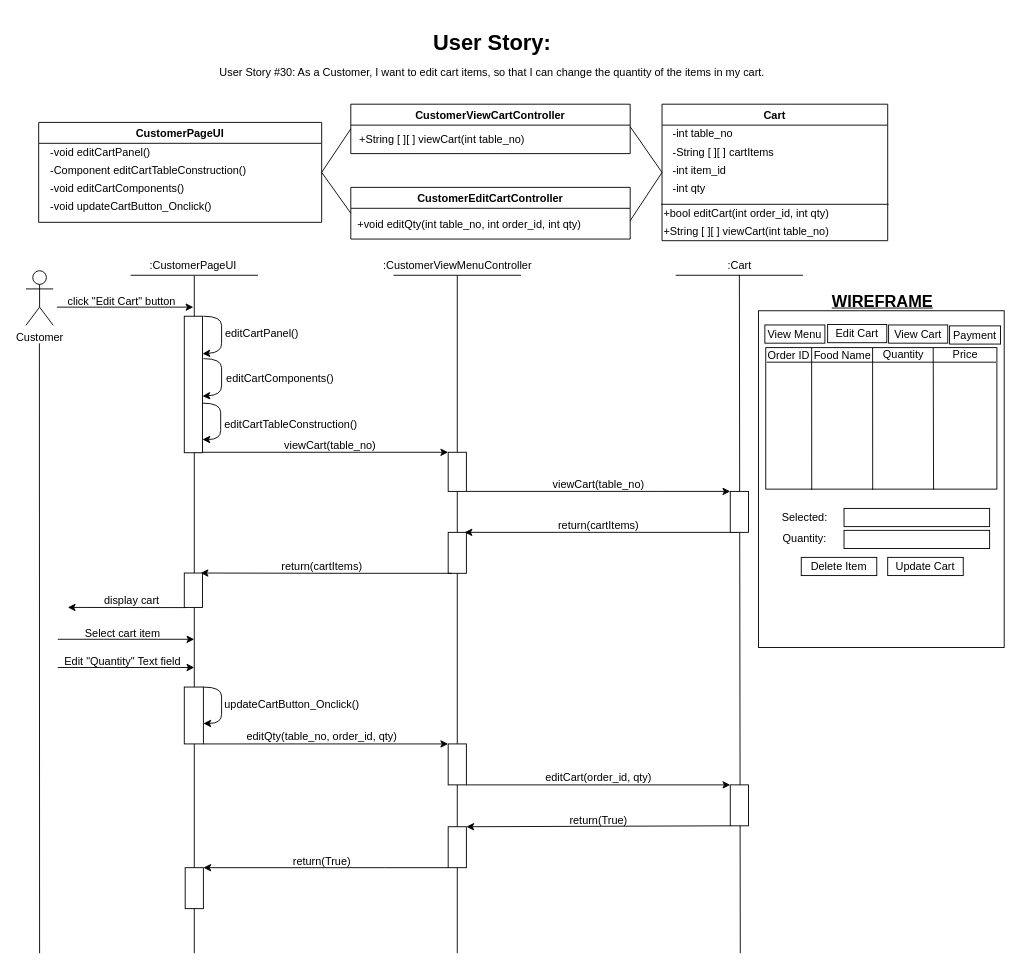
This is BCE_UML_and_Diagrams/Customer (WIP)/Customer_EditCart(#30)/UserStory#30_Customer_EditCart.drawio from extred5700/JAVAGUI-Restaurant-Table-Order-System, a draw.io file, before an edit. Source tidied: cells renumbered, new cells numbered last; positions are measured from the earlier drawing's top-left corner, leaving out a move shared by most shapes. Both pictures are drawn from the tidied source at 91%, with x=0, y=0 at pixel (25, 25).
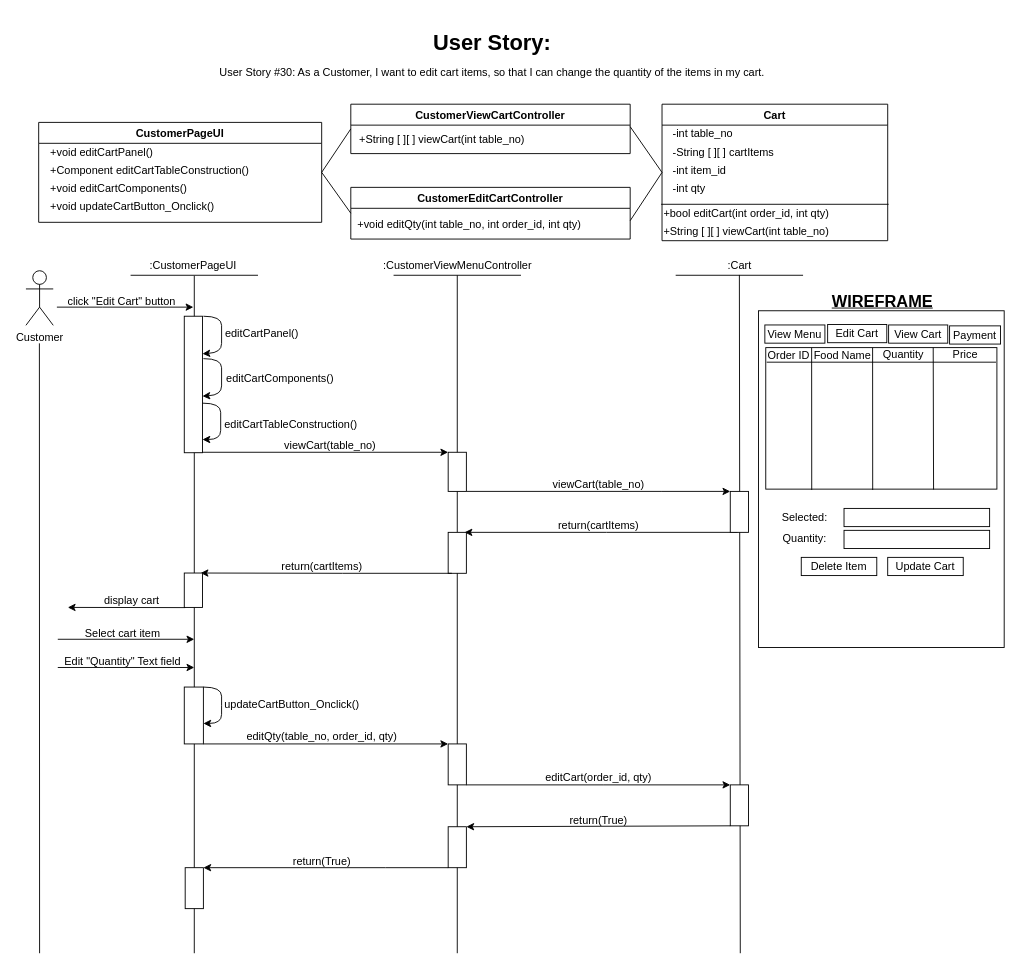
After the change.

Unchanged cells that the change refers to:
```xml
<mxCell id="4" value="CustomerPageUI" style="swimlane;" parent="1" vertex="1">
  <mxGeometry x="14" y="107" width="311" height="109.8" as="geometry" />
</mxCell>
```

What changed in the source:
```diff
@@
-    <mxCell id="5" value="-void editCartPanel()" style="text;html=1;align=left;verticalAlign=middle;strokeColor=none;fillColor=none;" parent="4" vertex="1">
+    <mxCell id="5" value="+void editCartPanel()" style="text;html=1;align=left;verticalAlign=middle;strokeColor=none;fillColor=none;" parent="4" vertex="1">
       <mxGeometry x="11" y="23" width="130" height="20" as="geometry" />
     </mxCell>
-    <mxCell id="6" value="-Component editCartTableConstruction()" style="text;html=1;align=left;verticalAlign=middle;strokeColor=none;fillColor=none;" parent="4" vertex="1">
+    <mxCell id="6" value="+Component editCartTableConstruction()" style="text;html=1;align=left;verticalAlign=middle;strokeColor=none;fillColor=none;" parent="4" vertex="1">
       <mxGeometry x="11" y="43" width="230" height="20" as="geometry" />
     </mxCell>
-    <mxCell id="7" value="-void editCartComponents()" style="text;html=1;align=left;verticalAlign=middle;strokeColor=none;fillColor=none;" parent="4" vertex="1">
-      <mxGeometry x="11" y="63" width="160" height="20" as="geometry" />
+    <mxCell id="7" value="+void editCartComponents()" style="text;html=1;align=left;verticalAlign=middle;strokeColor=none;fillColor=none;" parent="4" vertex="1">
+      <mxGeometry x="11" y="63" width="170" height="20" as="geometry" />
     </mxCell>
-    <mxCell id="8" value="-void updateCartButton_Onclick()" style="text;html=1;align=left;verticalAlign=middle;strokeColor=none;fillColor=none;" parent="4" vertex="1">
-      <mxGeometry x="11" y="83" width="190" height="20" as="geometry" />
+    <mxCell id="8" value="+void updateCartButton_Onclick()" style="text;html=1;align=left;verticalAlign=middle;strokeColor=none;fillColor=none;" parent="4" vertex="1">
+      <mxGeometry x="11" y="83" width="200" height="20" as="geometry" />
     </mxCell>
```
